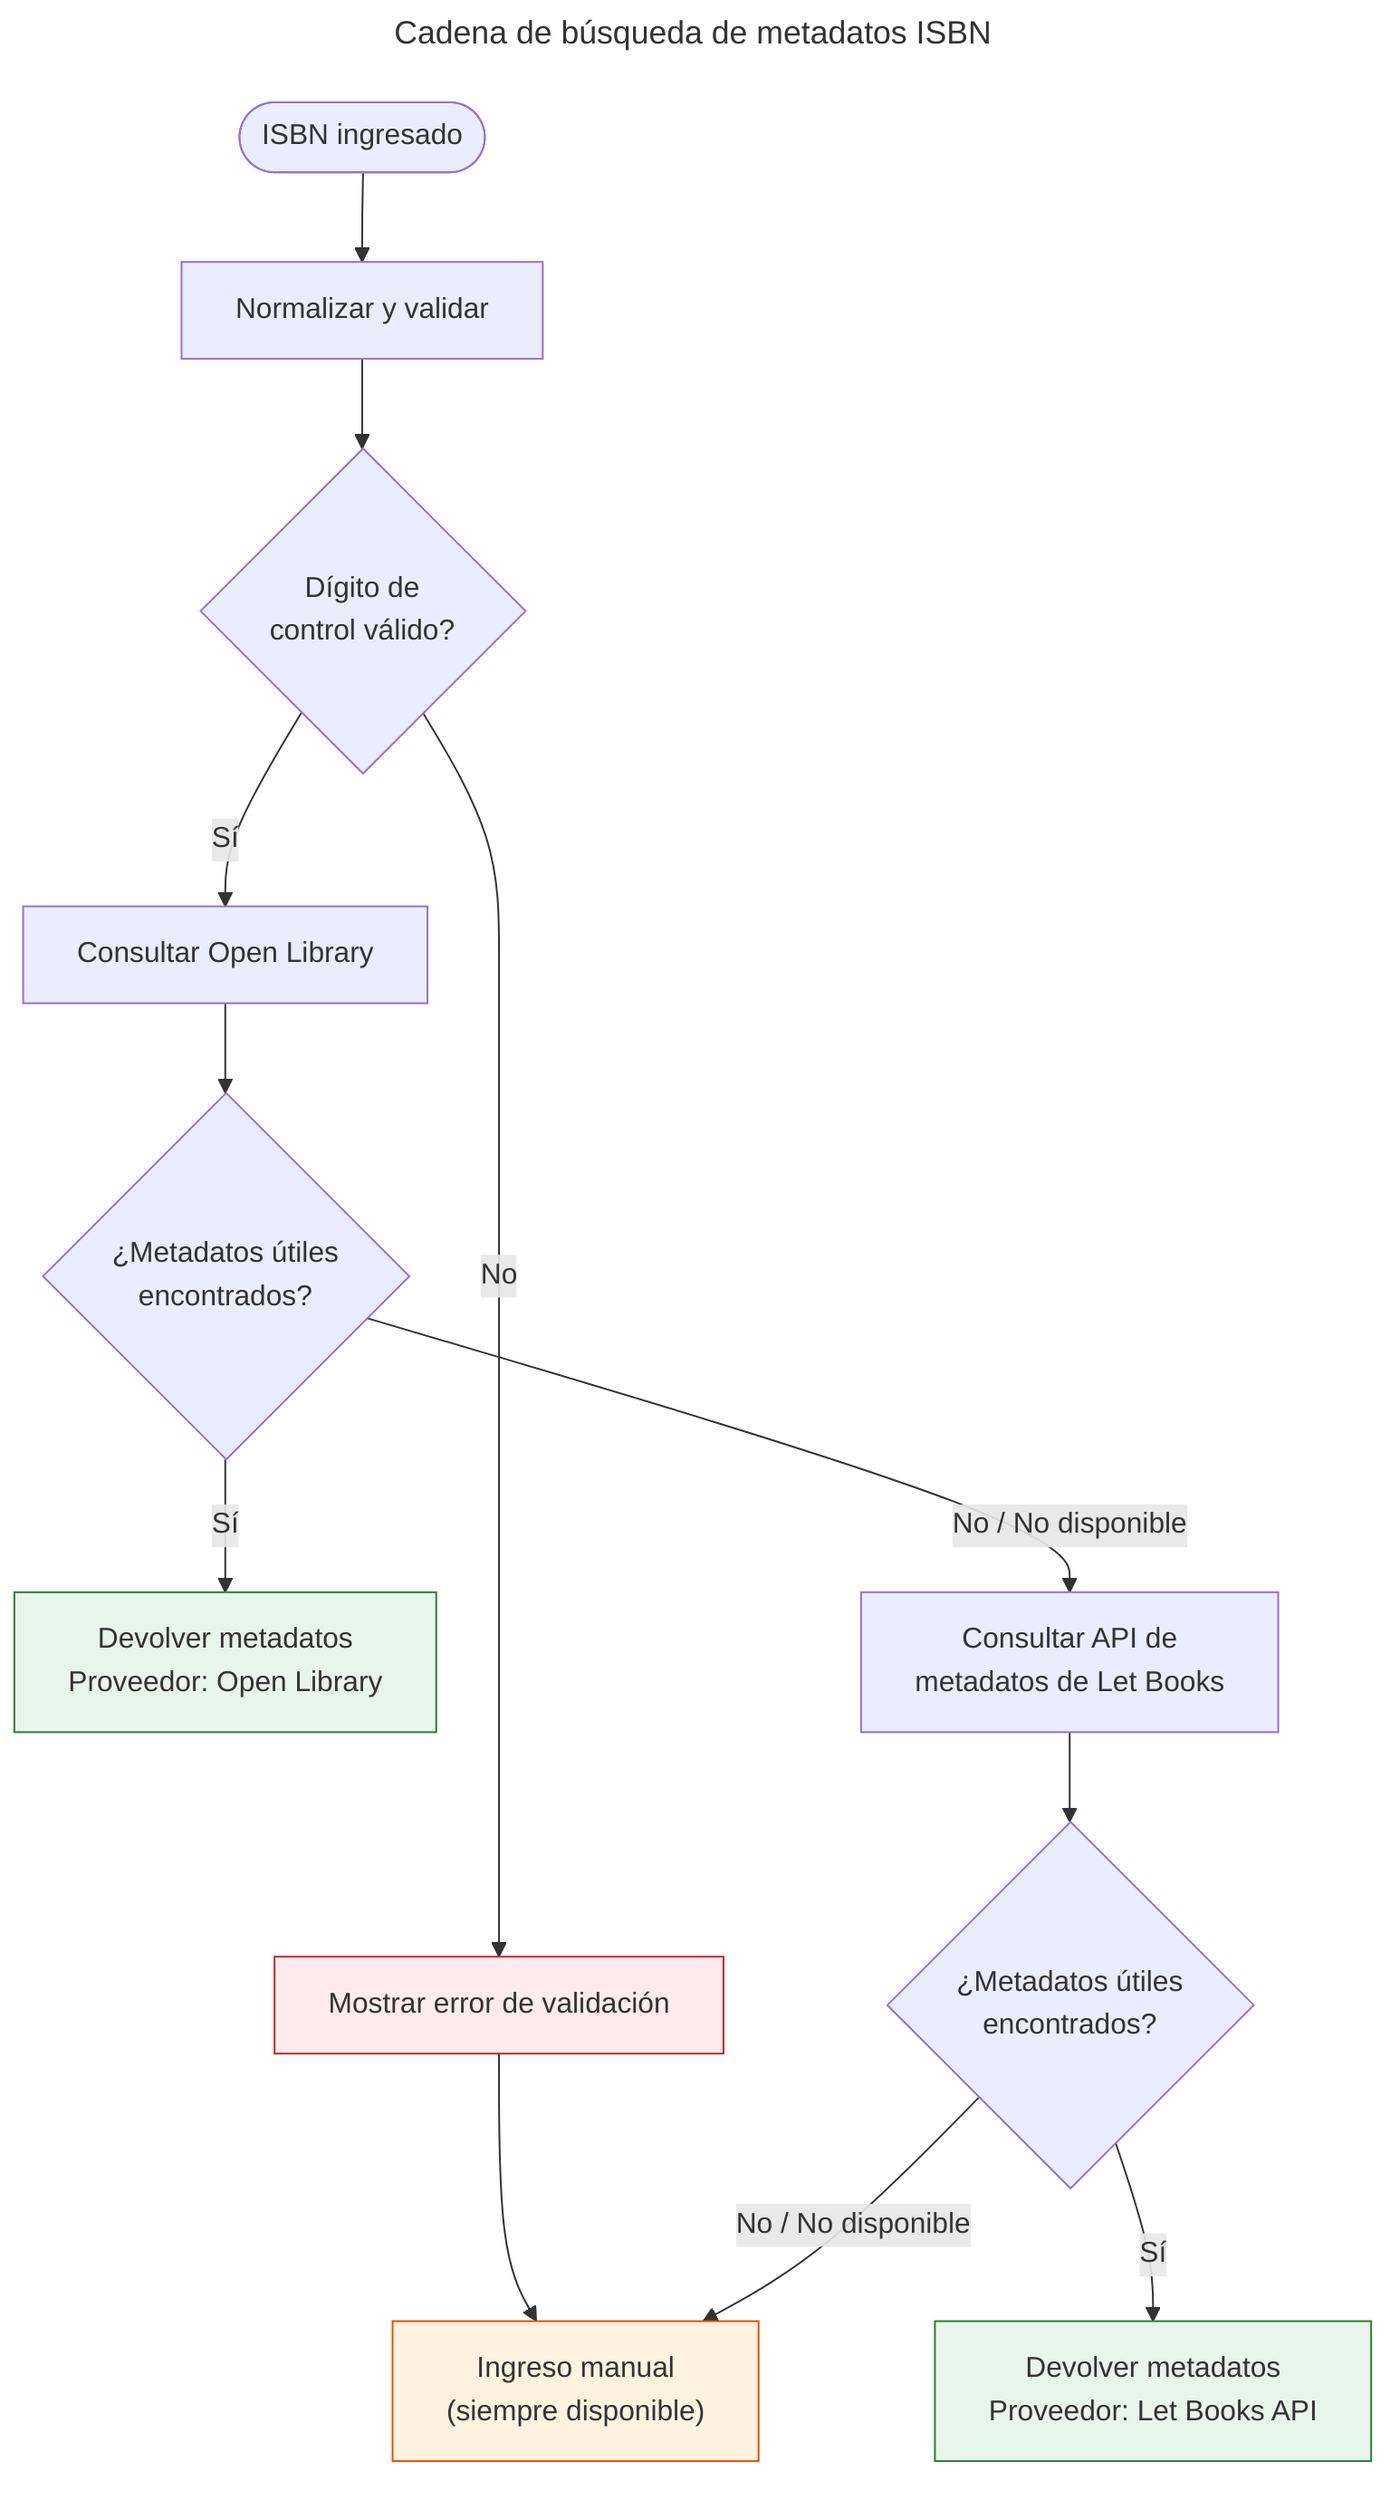
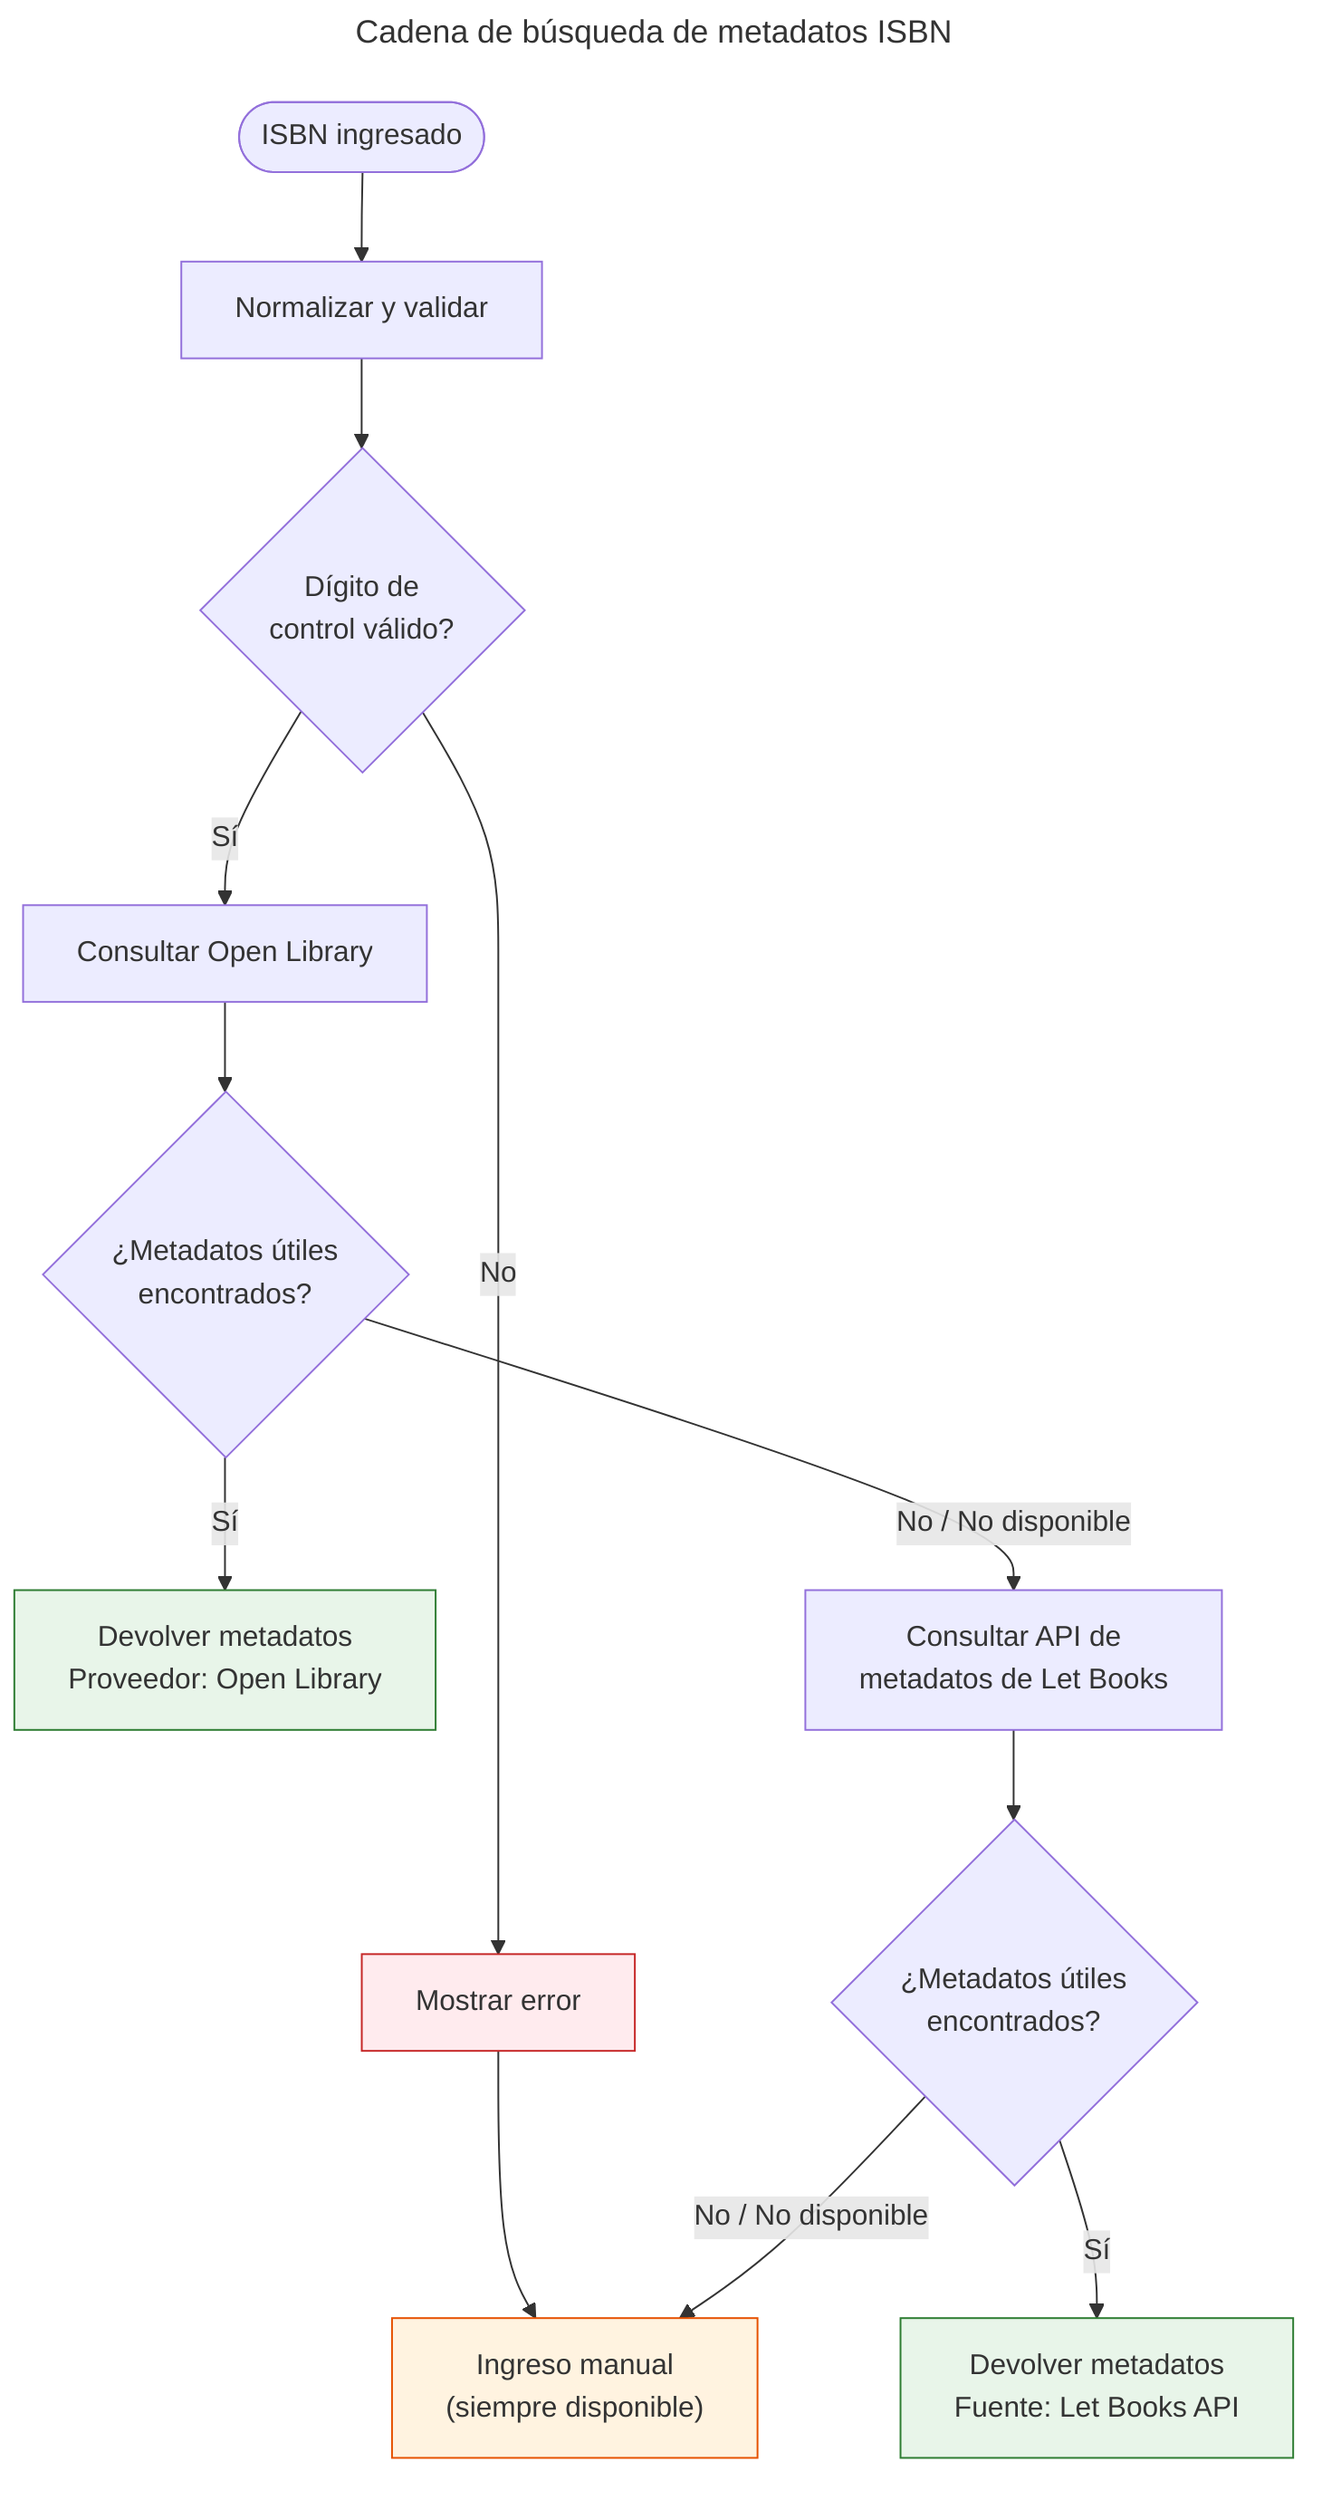
---
title: Cadena de búsqueda de metadatos ISBN
---
flowchart TD
    A(["ISBN ingresado"]) --> B[Normalizar y validar]
    B --> C{Dígito de<br/>control válido?}
-     C -->|No| D["Mostrar error de validación"]
+     C -->|No| D["Mostrar error"]
    D --> E["Ingreso manual<br/>(siempre disponible)"]
    C -->|Sí| F["Consultar Open Library"]
    F --> G{¿Metadatos útiles<br/>encontrados?}
    G -->|Sí| H["Devolver metadatos<br/>Proveedor: Open Library"]
    G -->|No / No disponible| I["Consultar API de<br/>metadatos de Let Books"]
    I --> J{¿Metadatos útiles<br/>encontrados?}
-     J -->|Sí| K["Devolver metadatos<br/>Proveedor: Let Books API"]
+     J -->|Sí| K["Devolver metadatos<br/>Fuente: Let Books API"]
    J -->|No / No disponible| E

    style H fill:#e8f5e9,stroke:#2e7d32
    style K fill:#e8f5e9,stroke:#2e7d32
    style E fill:#fff3e0,stroke:#e65100
    style D fill:#ffebee,stroke:#c62828
